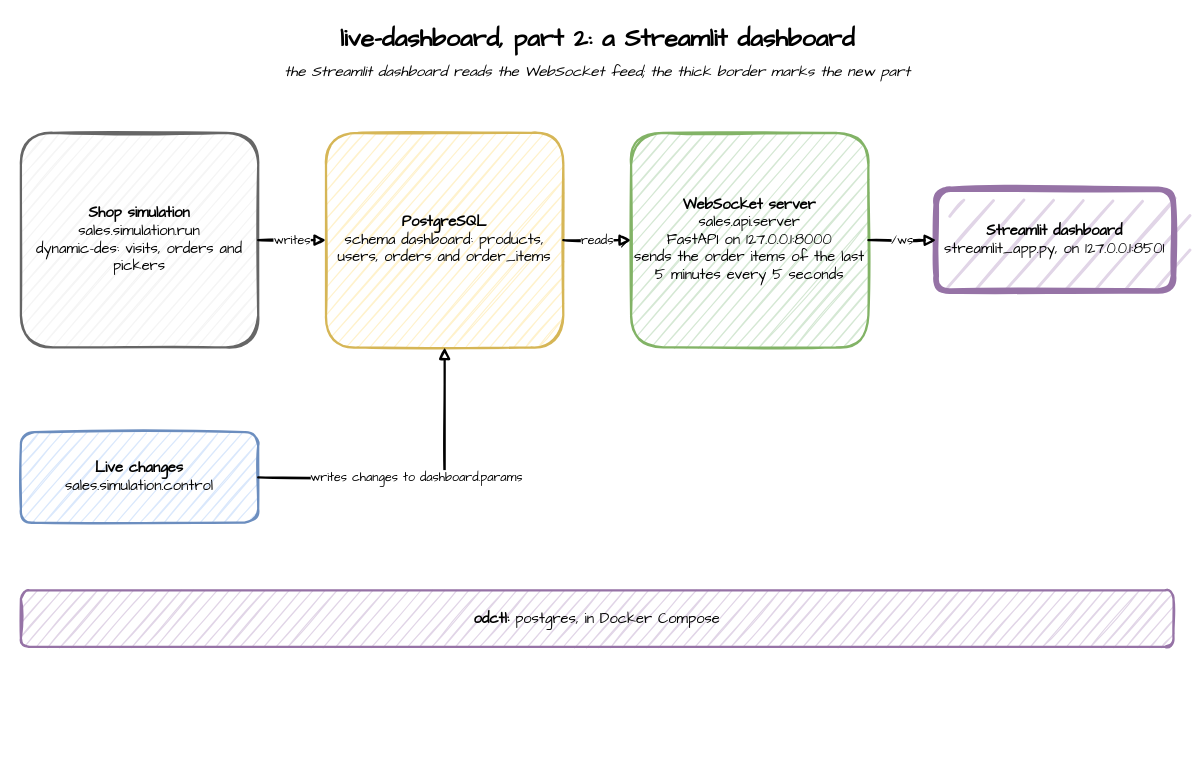
Earlier version of the draw.io diagram live-dashboard/images/part-2.drawio (jaehyeon-kim/benchtop). Source tidied: cells renumbered, new cells numbered last; positions are measured from the earlier drawing's top-left corner, leaving out a move shared by most shapes. Both pictures are drawn from the tidied source at 113%, with x=0, y=0 at pixel (20, 19).
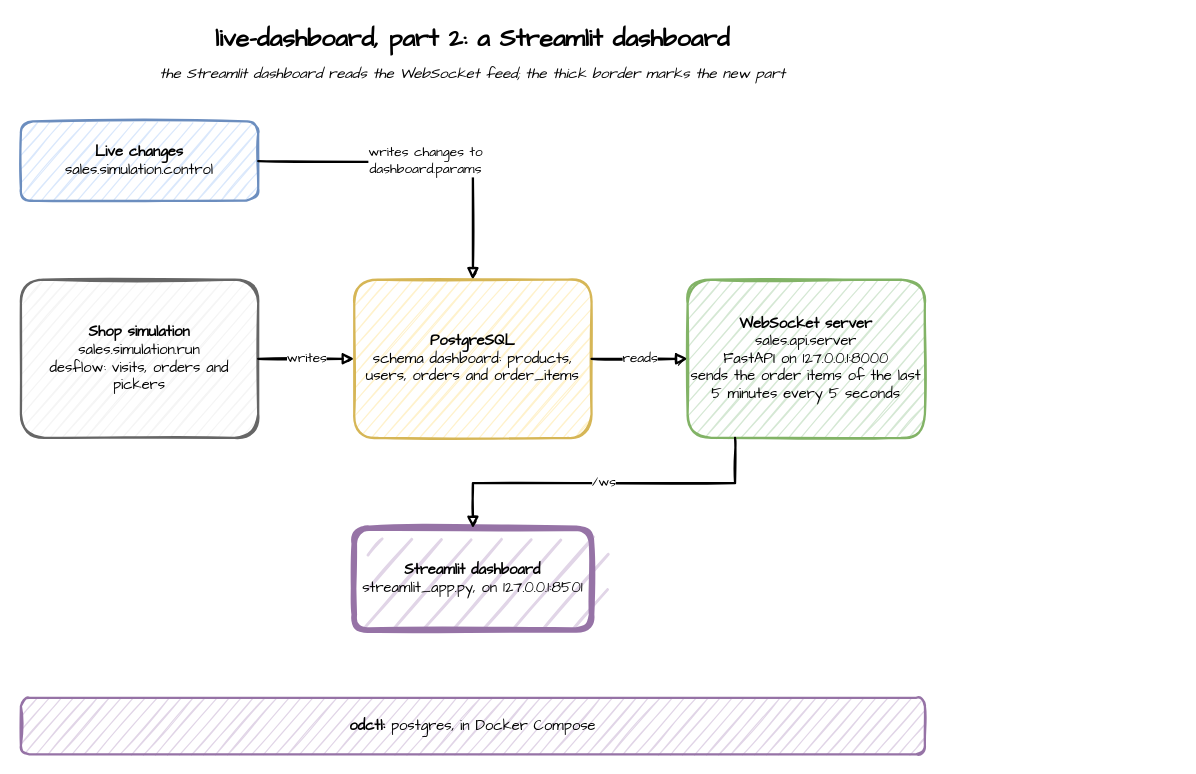
The same diagram, later.

The edit, as a diff of the source:
```diff
@@
 <mxGraphModel>
   <root>
     <mxCell id="0" />
     <mxCell id="1" parent="0" />
-    <mxCell id="2" value="live-dashboard, part 2: a Streamlit dashboard" style="text;html=1;align=center;verticalAlign=middle;fontFamily=Comic Sans MS;fontSize=22;fontStyle=1;strokeColor=none;fillColor=none;" parent="1" vertex="1">
-      <mxGeometry width="1020" height="36" as="geometry" />
+    <mxCell id="2" value="live-dashboard, part 2: a Streamlit dashboard" style="text;html=1;align=center;verticalAlign=middle;whiteSpace=wrap;fontFamily=Comic Sans MS;fontSize=22;fontStyle=1;strokeColor=none;fillColor=none;" parent="1" vertex="1">
+      <mxGeometry width="800" height="36" as="geometry" />
     </mxCell>
-    <mxCell id="3" value="the Streamlit dashboard reads the WebSocket feed; the thick border marks the new part" style="text;html=1;align=center;verticalAlign=middle;fontFamily=Comic Sans MS;fontSize=13;fontStyle=2;strokeColor=none;fillColor=none;" parent="1" vertex="1">
-      <mxGeometry y="34" width="1020" height="24" as="geometry" />
+    <mxCell id="3" value="the Streamlit dashboard reads the WebSocket feed; the thick border marks the new part" style="text;html=1;align=center;verticalAlign=middle;whiteSpace=wrap;fontFamily=Comic Sans MS;fontSize=13;fontStyle=2;strokeColor=none;fillColor=none;" parent="1" vertex="1">
+      <mxGeometry y="36" width="800" height="24" as="geometry" />
     </mxCell>
+    <mxCell id="7" value="&lt;b&gt;Live changes&lt;/b&gt;&lt;br&gt;sales.simulation.control" style="sketch=1;fontFamily=Comic Sans MS;strokeWidth=2;html=1;rounded=1;whiteSpace=wrap;fontSize=13;fillColor=#dae8fc;strokeColor=#6c8ebf;" parent="1" vertex="1">
+      <mxGeometry y="90" width="210" height="70" as="geometry" />
+    </mxCell>
-    <mxCell id="4" value="&lt;b&gt;Shop simulation&lt;/b&gt;&lt;br&gt;sales.simulation.run&lt;br&gt;dynamic-des: visits, orders and pickers" style="sketch=1;fontFamily=Comic Sans MS;strokeWidth=2;html=1;rounded=1;whiteSpace=wrap;fontSize=13;fillColor=#f5f5f5;strokeColor=#666666;" parent="1" vertex="1">
-      <mxGeometry y="100" width="210" height="190" as="geometry" />
+    <mxCell id="4" value="&lt;b&gt;Shop simulation&lt;/b&gt;&lt;br&gt;sales.simulation.run&lt;br&gt;desflow: visits, orders and pickers" style="sketch=1;fontFamily=Comic Sans MS;strokeWidth=2;html=1;rounded=1;whiteSpace=wrap;fontSize=13;fillColor=#f5f5f5;strokeColor=#666666;" parent="1" vertex="1">
+      <mxGeometry y="230" width="210" height="140" as="geometry" />
     </mxCell>
     <mxCell id="5" value="&lt;b&gt;PostgreSQL&lt;/b&gt;&lt;br&gt;schema dashboard: products, users, orders and order_items" style="sketch=1;fontFamily=Comic Sans MS;strokeWidth=2;html=1;rounded=1;whiteSpace=wrap;fontSize=13;fillColor=#fff2cc;strokeColor=#d6b656;" parent="1" vertex="1">
-      <mxGeometry x="270" y="100" width="210" height="190" as="geometry" />
+      <mxGeometry x="295" y="230" width="210" height="140" as="geometry" />
     </mxCell>
     <mxCell id="6" value="&lt;b&gt;WebSocket server&lt;/b&gt;&lt;br&gt;sales.api.server&lt;br&gt;FastAPI on 127.0.0.1:8000&lt;br&gt;sends the order items of the last 5 minutes every 5 seconds" style="sketch=1;fontFamily=Comic Sans MS;strokeWidth=2;html=1;rounded=1;whiteSpace=wrap;fontSize=13;fillColor=#d5e8d4;strokeColor=#82b366;" parent="1" vertex="1">
-      <mxGeometry x="540" y="100" width="210" height="190" as="geometry" />
+      <mxGeometry x="590" y="230" width="210" height="140" as="geometry" />
     </mxCell>
-    <mxCell id="7" value="&lt;b&gt;Live changes&lt;/b&gt;&lt;br&gt;sales.simulation.control" style="sketch=1;fontFamily=Comic Sans MS;strokeWidth=2;html=1;rounded=1;whiteSpace=wrap;fontSize=13;fillColor=#dae8fc;strokeColor=#6c8ebf;" parent="1" vertex="1">
-      <mxGeometry y="365" width="210" height="80" as="geometry" />
-    </mxCell>
-    <mxCell id="8" value="&lt;b&gt;odctl:&lt;/b&gt; postgres, in Docker Compose" style="sketch=1;fontFamily=Comic Sans MS;strokeWidth=2;html=1;rounded=1;whiteSpace=wrap;fontSize=13;fillColor=#e1d5e7;strokeColor=#9673a6;" parent="1" vertex="1">
-      <mxGeometry y="505" width="1020" height="50" as="geometry" />
-    </mxCell>
-    <mxCell id="9" value="&lt;b&gt;Streamlit dashboard&lt;/b&gt;&lt;br&gt;streamlit_app.py, on 127.0.0.1:8501" style="sketch=1;fontFamily=Comic Sans MS;strokeWidth=5;html=1;rounded=1;whiteSpace=wrap;fontSize=13;fillColor=#e1d5e7;strokeColor=#9673a6;" parent="1" vertex="1">
-      <mxGeometry x="810" y="150" width="210" height="90" as="geometry" />
-    </mxCell>
-    <mxCell id="10" value="writes" style="sketch=1;fontFamily=Comic Sans MS;strokeWidth=2;html=1;edgeStyle=orthogonalEdgeStyle;rounded=0;endArrow=block;endFill=1;fontSize=11;labelBackgroundColor=#ffffff;exitX=1;exitY=0.5;entryX=0;entryY=0.5;" parent="1" edge="1" source="4" target="5">
+    <mxCell id="10" value="writes" style="sketch=1;fontFamily=Comic Sans MS;strokeWidth=2;html=1;edgeStyle=orthogonalEdgeStyle;rounded=0;endArrow=block;endFill=1;fontSize=12;labelBackgroundColor=#ffffff;exitX=1;exitY=0.5;entryX=0;entryY=0.5;" parent="1" edge="1" source="4" target="5">
       <mxGeometry relative="1" as="geometry" />
     </mxCell>
-    <mxCell id="11" value="reads" style="sketch=1;fontFamily=Comic Sans MS;strokeWidth=2;html=1;edgeStyle=orthogonalEdgeStyle;rounded=0;endArrow=block;endFill=1;fontSize=11;labelBackgroundColor=#ffffff;exitX=1;exitY=0.5;entryX=0;entryY=0.5;" parent="1" edge="1" source="5" target="6">
+    <mxCell id="11" value="reads" style="sketch=1;fontFamily=Comic Sans MS;strokeWidth=2;html=1;edgeStyle=orthogonalEdgeStyle;rounded=0;endArrow=block;endFill=1;fontSize=12;labelBackgroundColor=#ffffff;exitX=1;exitY=0.5;entryX=0;entryY=0.5;" parent="1" edge="1" source="5" target="6">
       <mxGeometry relative="1" as="geometry" />
     </mxCell>
-    <mxCell id="12" value="writes changes to dashboard.params" style="sketch=1;fontFamily=Comic Sans MS;strokeWidth=2;html=1;edgeStyle=orthogonalEdgeStyle;rounded=0;endArrow=block;endFill=1;fontSize=11;labelBackgroundColor=#ffffff;exitX=1;exitY=0.5;entryX=0.5;entryY=1;" parent="1" edge="1" source="7" target="5">
+    <mxCell id="12" value="writes changes to&lt;br&gt;dashboard.params" style="sketch=1;fontFamily=Comic Sans MS;strokeWidth=2;html=1;edgeStyle=orthogonalEdgeStyle;rounded=0;endArrow=block;endFill=1;fontSize=12;labelBackgroundColor=#ffffff;exitX=1;exitY=0.5;entryX=0.5;entryY=0;" parent="1" edge="1" source="7" target="5">
       <mxGeometry relative="1" as="geometry" />
     </mxCell>
+    <mxCell id="9" value="&lt;b&gt;Streamlit dashboard&lt;/b&gt;&lt;br&gt;streamlit_app.py, on 127.0.0.1:8501" style="sketch=1;fontFamily=Comic Sans MS;strokeWidth=5;html=1;rounded=1;whiteSpace=wrap;fontSize=13;fillColor=#e1d5e7;strokeColor=#9673a6;" parent="1" vertex="1">
+      <mxGeometry x="295" y="450" width="210" height="90" as="geometry" />
+    </mxCell>
-    <mxCell id="13" value="/ws" style="sketch=1;fontFamily=Comic Sans MS;strokeWidth=2;html=1;edgeStyle=orthogonalEdgeStyle;rounded=0;endArrow=block;endFill=1;fontSize=11;labelBackgroundColor=#ffffff;exitX=1;exitY=0.237;entryX=0;entryY=0.5;" parent="1" edge="1" target="9">
+    <mxCell id="13" value="/ws" style="sketch=1;fontFamily=Comic Sans MS;strokeWidth=2;html=1;edgeStyle=orthogonalEdgeStyle;rounded=0;endArrow=block;endFill=1;fontSize=12;labelBackgroundColor=#ffffff;exitX=0.2;exitY=1;entryX=0.5;entryY=0;" parent="1" edge="1" source="6" target="9">
       <mxGeometry relative="1" as="geometry">
-        <mxPoint x="750" y="195" as="sourcePoint" />
+        <Array as="points">
+          <mxPoint x="632" y="410" />
+          <mxPoint x="400" y="410" />
+        </Array>
       </mxGeometry>
     </mxCell>
+    <mxCell id="8" value="&lt;b&gt;odctl:&lt;/b&gt; postgres, in Docker Compose" style="sketch=1;fontFamily=Comic Sans MS;strokeWidth=2;html=1;rounded=1;whiteSpace=wrap;fontSize=13;fillColor=#e1d5e7;strokeColor=#9673a6;" parent="1" vertex="1">
+      <mxGeometry y="600" width="800" height="50" as="geometry" />
+    </mxCell>
   </root>
 </mxGraphModel>
```
